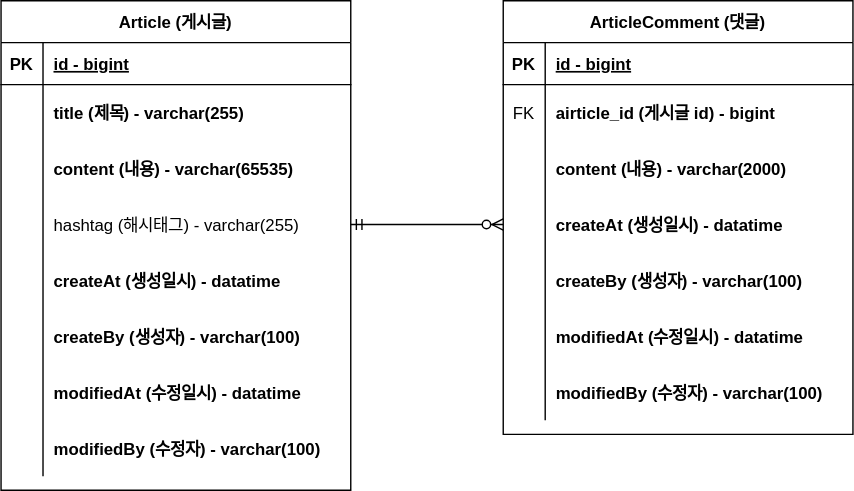
This is document/project-board-erd.svg from 1Dohyeon/fastcampus-project-board, a draw.io export, as it was before one commit. Source tidied: cells renumbered, new cells last; positions are measured from the earlier drawing's top-left corner, leaving out a move shared by most shapes.
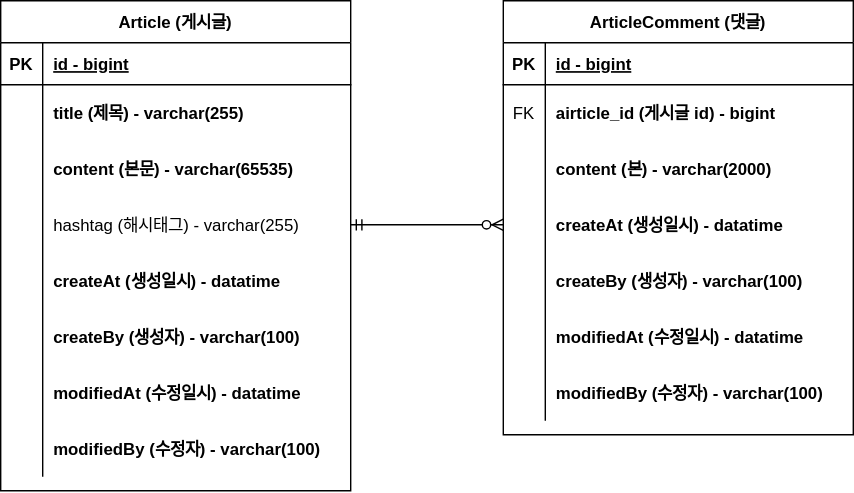
Above is the later version.

Commit message:
#12 - ERD 주석 업데이트 project-board-erd.svg

What changed in the source:
```diff
@@ -29,7 +29,7 @@
     <mxCell id="10" style="shape=partialRectangle;overflow=hidden;fillColor=none;top=0;left=0;bottom=0;right=0;" parent="9" vertex="1">
       <mxGeometry width="30" height="40" as="geometry" />
     </mxCell>
-    <mxCell id="11" value="content (내용) - varchar(65535)" style="shape=partialRectangle;overflow=hidden;fillColor=none;top=0;left=0;bottom=0;right=0;align=left;spacingLeft=6;fontStyle=1;" parent="9" vertex="1">
+    <mxCell id="11" value="content (본문) - varchar(65535)" style="shape=partialRectangle;overflow=hidden;fillColor=none;top=0;left=0;bottom=0;right=0;align=left;spacingLeft=6;fontStyle=1;" parent="9" vertex="1">
       <mxGeometry x="30" width="220" height="40" as="geometry" />
     </mxCell>
     <mxCell id="12" style="shape=partialRectangle;fillColor=none;points=[[0,0.5],[1,0.5]];portConstraint=eastwest;top=0;left=0;right=0;bottom=0;" parent="2" vertex="1">
@@ -104,7 +104,7 @@
     <mxCell id="35" style="shape=partialRectangle;overflow=hidden;fillColor=none;top=0;left=0;bottom=0;right=0;" parent="34" vertex="1">
       <mxGeometry width="30" height="40" as="geometry" />
     </mxCell>
-    <mxCell id="36" value="content (내용) - varchar(2000)" style="shape=partialRectangle;overflow=hidden;fillColor=none;top=0;left=0;bottom=0;right=0;align=left;spacingLeft=6;fontStyle=1;" parent="34" vertex="1">
+    <mxCell id="36" value="content (본) - varchar(2000)" style="shape=partialRectangle;overflow=hidden;fillColor=none;top=0;left=0;bottom=0;right=0;align=left;spacingLeft=6;fontStyle=1;" parent="34" vertex="1">
       <mxGeometry x="30" width="220" height="40" as="geometry" />
     </mxCell>
     <mxCell id="37" style="shape=partialRectangle;fillColor=none;points=[[0,0.5],[1,0.5]];portConstraint=eastwest;top=0;left=0;right=0;bottom=0;" parent="27" vertex="1">
```
